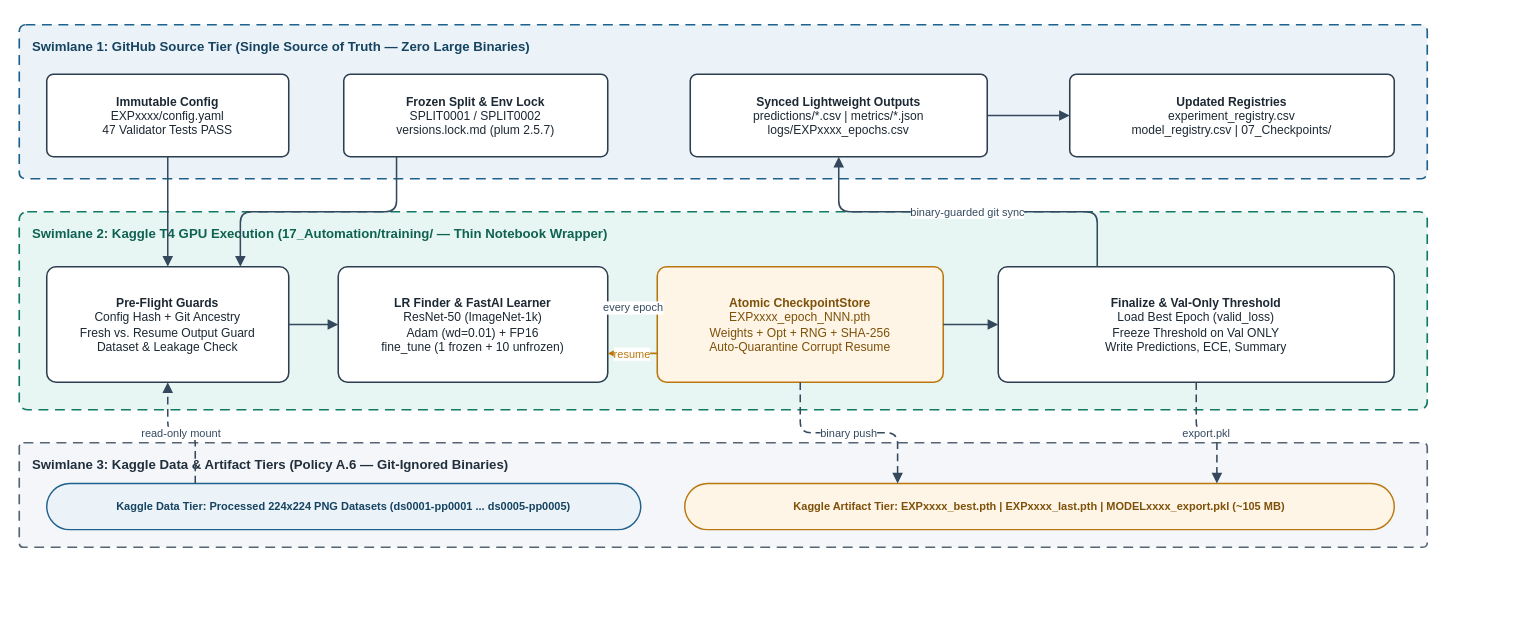
Before: 09_Figures/diagrams/FIG0030.drawio in isthisdeception/thesis, a draw.io diagram. Source tidied: cells renumbered, new cells numbered last; positions are measured from the earlier drawing's top-left corner, leaving out a move shared by most shapes. Both pictures are drawn from the tidied source at 110%, with x=0, y=0 at pixel (19, 24).
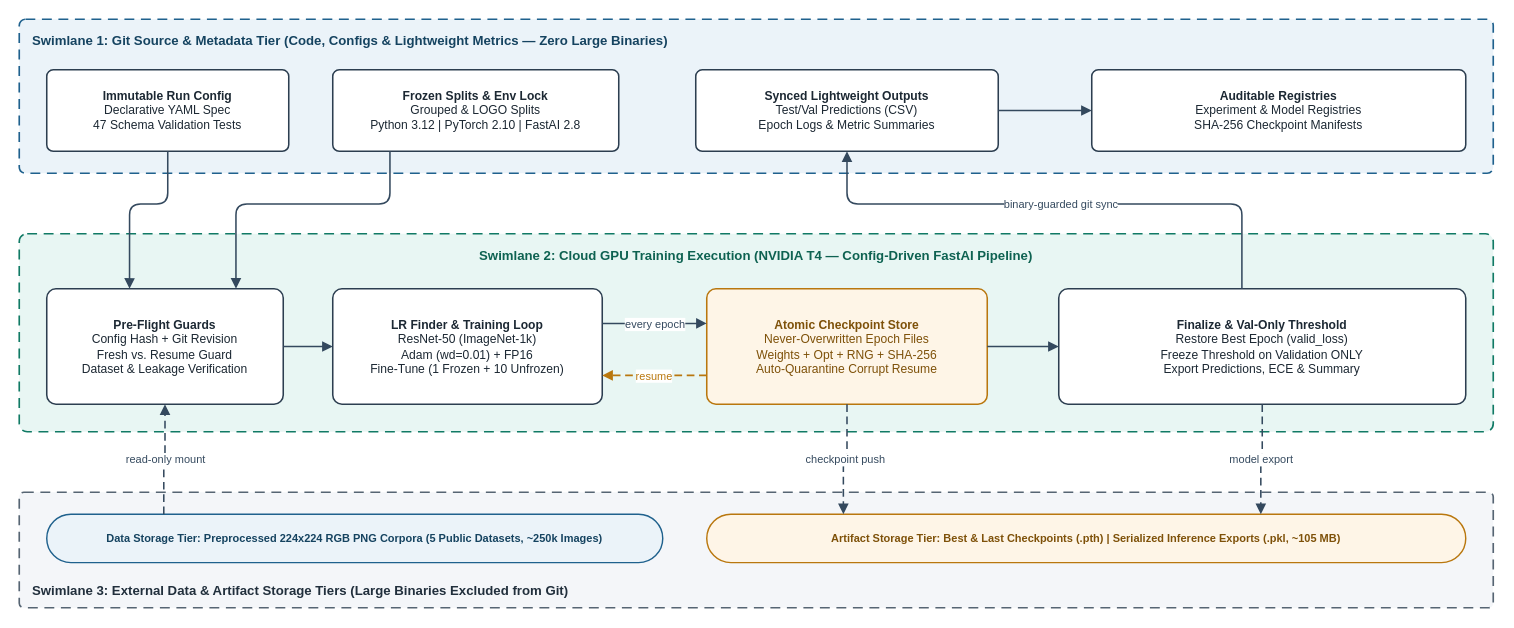
Above is the later version.

Change to the diagram source:
```diff
@@
-    <mxCell id="2" value="Swimlane 1: GitHub Source Tier (Single Source of Truth — Zero Large Binaries)" style="rounded=1;arcSize=4;whiteSpace=wrap;html=1;align=left;verticalAlign=top;spacingTop=6;spacingLeft=10;fontFamily=Helvetica;fontSize=12;fontStyle=1;fillColor=#EBF3F9;strokeColor=#1F618D;fontColor=#154360;strokeWidth=1.5;dashed=1;dashPattern=6 4;" parent="1" vertex="1">
-      <mxGeometry width="1280" height="140" as="geometry" />
+    <mxCell id="2" value="Swimlane 1: Git Source &amp; Metadata Tier (Code, Configs &amp; Lightweight Metrics — Zero Large Binaries)" style="rounded=1;arcSize=4;whiteSpace=wrap;html=1;align=left;verticalAlign=top;spacingTop=6;spacingLeft=10;fontFamily=Helvetica;fontSize=12;fontStyle=1;fillColor=#EBF3F9;strokeColor=#1F618D;fontColor=#154360;strokeWidth=1.5;dashed=1;dashPattern=6 4;" parent="1" vertex="1">
+      <mxGeometry y="-5" width="1340" height="140" as="geometry" />
     </mxCell>
-    <mxCell id="3" value="&lt;b&gt;Immutable Config&lt;/b&gt;&lt;br/&gt;EXPxxxx/config.yaml&lt;br/&gt;47 Validator Tests PASS" style="rounded=1;arcSize=8;whiteSpace=wrap;html=1;align=center;verticalAlign=middle;spacing=6;fontFamily=Helvetica;fontSize=11;fontStyle=0;fillColor=#FFFFFF;strokeColor=#2C3E50;fontColor=#1C2833;strokeWidth=1.4;" parent="1" vertex="1">
-      <mxGeometry x="25" y="45" width="220" height="75" as="geometry" />
+    <mxCell id="3" value="&lt;b&gt;Immutable Run Config&lt;/b&gt;&lt;br/&gt;Declarative YAML Spec&lt;br/&gt;47 Schema Validation Tests" style="rounded=1;arcSize=8;whiteSpace=wrap;html=1;align=center;verticalAlign=middle;spacing=6;fontFamily=Helvetica;fontSize=11;fontStyle=0;fillColor=#FFFFFF;strokeColor=#2C3E50;fontColor=#1C2833;strokeWidth=1.4;" parent="1" vertex="1">
+      <mxGeometry x="25" y="41" width="220" height="74" as="geometry" />
     </mxCell>
-    <mxCell id="4" value="&lt;b&gt;Frozen Split &amp;amp; Env Lock&lt;/b&gt;&lt;br/&gt;SPLIT0001 / SPLIT0002&lt;br/&gt;versions.lock.md (plum 2.5.7)" style="rounded=1;arcSize=8;whiteSpace=wrap;html=1;align=center;verticalAlign=middle;spacing=6;fontFamily=Helvetica;fontSize=11;fontStyle=0;fillColor=#FFFFFF;strokeColor=#2C3E50;fontColor=#1C2833;strokeWidth=1.4;" parent="1" vertex="1">
-      <mxGeometry x="295" y="45" width="240" height="75" as="geometry" />
+    <mxCell id="4" value="&lt;b&gt;Frozen Splits &amp;amp; Env Lock&lt;/b&gt;&lt;br/&gt;Grouped &amp;amp; LOGO Splits&lt;br/&gt;Python 3.12 | PyTorch 2.10 | FastAI 2.8" style="rounded=1;arcSize=8;whiteSpace=wrap;html=1;align=center;verticalAlign=middle;spacing=6;fontFamily=Helvetica;fontSize=11;fontStyle=0;fillColor=#FFFFFF;strokeColor=#2C3E50;fontColor=#1C2833;strokeWidth=1.4;" parent="1" vertex="1">
+      <mxGeometry x="285" y="41" width="260" height="74" as="geometry" />
     </mxCell>
-    <mxCell id="5" value="&lt;b&gt;Synced Lightweight Outputs&lt;/b&gt;&lt;br/&gt;predictions/*.csv | metrics/*.json&lt;br/&gt;logs/EXPxxxx_epochs.csv" style="rounded=1;arcSize=8;whiteSpace=wrap;html=1;align=center;verticalAlign=middle;spacing=6;fontFamily=Helvetica;fontSize=11;fontStyle=0;fillColor=#FFFFFF;strokeColor=#2C3E50;fontColor=#1C2833;strokeWidth=1.4;" parent="1" vertex="1">
-      <mxGeometry x="610" y="45" width="270" height="75" as="geometry" />
+    <mxCell id="5" value="&lt;b&gt;Synced Lightweight Outputs&lt;/b&gt;&lt;br/&gt;Test/Val Predictions (CSV)&lt;br/&gt;Epoch Logs &amp;amp; Metric Summaries" style="rounded=1;arcSize=8;whiteSpace=wrap;html=1;align=center;verticalAlign=middle;spacing=6;fontFamily=Helvetica;fontSize=11;fontStyle=0;fillColor=#FFFFFF;strokeColor=#2C3E50;fontColor=#1C2833;strokeWidth=1.4;" parent="1" vertex="1">
+      <mxGeometry x="615" y="41" width="275" height="74" as="geometry" />
     </mxCell>
-    <mxCell id="6" value="&lt;b&gt;Updated Registries&lt;/b&gt;&lt;br/&gt;experiment_registry.csv&lt;br/&gt;model_registry.csv | 07_Checkpoints/" style="rounded=1;arcSize=8;whiteSpace=wrap;html=1;align=center;verticalAlign=middle;spacing=6;fontFamily=Helvetica;fontSize=11;fontStyle=0;fillColor=#FFFFFF;strokeColor=#2C3E50;fontColor=#1C2833;strokeWidth=1.4;" parent="1" vertex="1">
-      <mxGeometry x="955" y="45" width="295" height="75" as="geometry" />
+    <mxCell id="6" value="&lt;b&gt;Auditable Registries&lt;/b&gt;&lt;br/&gt;Experiment &amp;amp; Model Registries&lt;br/&gt;SHA-256 Checkpoint Manifests" style="rounded=1;arcSize=8;whiteSpace=wrap;html=1;align=center;verticalAlign=middle;spacing=6;fontFamily=Helvetica;fontSize=11;fontStyle=0;fillColor=#FFFFFF;strokeColor=#2C3E50;fontColor=#1C2833;strokeWidth=1.4;" parent="1" vertex="1">
+      <mxGeometry x="975" y="41" width="340" height="74" as="geometry" />
     </mxCell>
-    <mxCell id="7" value="Swimlane 2: Kaggle T4 GPU Execution (17_Automation/training/ — Thin Notebook Wrapper)" style="rounded=1;arcSize=4;whiteSpace=wrap;html=1;align=left;verticalAlign=top;spacingTop=6;spacingLeft=10;fontFamily=Helvetica;fontSize=12;fontStyle=1;fillColor=#E8F6F3;strokeColor=#117A65;fontColor=#0E6251;strokeWidth=1.5;dashed=1;dashPattern=6 4;" parent="1" vertex="1">
-      <mxGeometry y="170" width="1280" height="180" as="geometry" />
+    <mxCell id="7" value="Swimlane 2: Cloud GPU Training Execution (NVIDIA T4 — Config-Driven FastAI Pipeline)" style="rounded=1;arcSize=4;whiteSpace=wrap;html=1;align=center;verticalAlign=top;spacingTop=6;fontFamily=Helvetica;fontSize=12;fontStyle=1;fillColor=#E8F6F3;strokeColor=#117A65;fontColor=#0E6251;strokeWidth=1.5;dashed=1;dashPattern=6 4;" parent="1" vertex="1">
+      <mxGeometry y="190" width="1340" height="180" as="geometry" />
     </mxCell>
-    <mxCell id="8" value="&lt;b&gt;Pre-Flight Guards&lt;/b&gt;&lt;br/&gt;Config Hash + Git Ancestry&lt;br/&gt;Fresh vs. Resume Output Guard&lt;br/&gt;Dataset &amp;amp; Leakage Check" style="rounded=1;arcSize=8;whiteSpace=wrap;html=1;align=center;verticalAlign=middle;spacing=6;fontFamily=Helvetica;fontSize=11;fontStyle=0;fillColor=#FFFFFF;strokeColor=#2C3E50;fontColor=#1C2833;strokeWidth=1.4;" parent="1" vertex="1">
-      <mxGeometry x="25" y="220" width="220" height="105" as="geometry" />
+    <mxCell id="8" value="&lt;b&gt;Pre-Flight Guards&lt;/b&gt;&lt;br/&gt;Config Hash + Git Revision&lt;br/&gt;Fresh vs. Resume Guard&lt;br/&gt;Dataset &amp;amp; Leakage Verification" style="rounded=1;arcSize=8;whiteSpace=wrap;html=1;align=center;verticalAlign=middle;spacing=6;fontFamily=Helvetica;fontSize=11;fontStyle=0;fillColor=#FFFFFF;strokeColor=#2C3E50;fontColor=#1C2833;strokeWidth=1.4;" parent="1" vertex="1">
+      <mxGeometry x="25" y="240" width="215" height="105" as="geometry" />
     </mxCell>
-    <mxCell id="9" value="&lt;b&gt;LR Finder &amp;amp; FastAI Learner&lt;/b&gt;&lt;br/&gt;ResNet-50 (ImageNet-1k)&lt;br/&gt;Adam (wd=0.01) + FP16&lt;br/&gt;fine_tune (1 frozen + 10 unfrozen)" style="rounded=1;arcSize=8;whiteSpace=wrap;html=1;align=center;verticalAlign=middle;spacing=6;fontFamily=Helvetica;fontSize=11;fontStyle=0;fillColor=#FFFFFF;strokeColor=#2C3E50;fontColor=#1C2833;strokeWidth=1.4;" parent="1" vertex="1">
-      <mxGeometry x="290" y="220" width="245" height="105" as="geometry" />
+    <mxCell id="9" value="&lt;b&gt;LR Finder &amp;amp; Training Loop&lt;/b&gt;&lt;br/&gt;ResNet-50 (ImageNet-1k)&lt;br/&gt;Adam (wd=0.01) + FP16&lt;br/&gt;Fine-Tune (1 Frozen + 10 Unfrozen)" style="rounded=1;arcSize=8;whiteSpace=wrap;html=1;align=center;verticalAlign=middle;spacing=6;fontFamily=Helvetica;fontSize=11;fontStyle=0;fillColor=#FFFFFF;strokeColor=#2C3E50;fontColor=#1C2833;strokeWidth=1.4;" parent="1" vertex="1">
+      <mxGeometry x="285" y="240" width="245" height="105" as="geometry" />
     </mxCell>
-    <mxCell id="10" value="&lt;b&gt;Atomic CheckpointStore&lt;/b&gt;&lt;br/&gt;EXPxxxx_epoch_NNN.pth&lt;br/&gt;Weights + Opt + RNG + SHA-256&lt;br/&gt;Auto-Quarantine Corrupt Resume" style="rounded=1;arcSize=8;whiteSpace=wrap;html=1;align=center;verticalAlign=middle;spacing=6;fontFamily=Helvetica;fontSize=11;fontStyle=0;fillColor=#FEF5E7;strokeColor=#B9770E;fontColor=#7E5109;strokeWidth=1.4;" parent="1" vertex="1">
-      <mxGeometry x="580" y="220" width="260" height="105" as="geometry" />
+    <mxCell id="10" value="&lt;b&gt;Atomic Checkpoint Store&lt;/b&gt;&lt;br/&gt;Never-Overwritten Epoch Files&lt;br/&gt;Weights + Opt + RNG + SHA-256&lt;br/&gt;Auto-Quarantine Corrupt Resume" style="rounded=1;arcSize=8;whiteSpace=wrap;html=1;align=center;verticalAlign=middle;spacing=6;fontFamily=Helvetica;fontSize=11;fontStyle=0;fillColor=#FEF5E7;strokeColor=#B9770E;fontColor=#7E5109;strokeWidth=1.4;" parent="1" vertex="1">
+      <mxGeometry x="625" y="240" width="255" height="105" as="geometry" />
     </mxCell>
-    <mxCell id="11" value="&lt;b&gt;Finalize &amp;amp; Val-Only Threshold&lt;/b&gt;&lt;br/&gt;Load Best Epoch (valid_loss)&lt;br/&gt;Freeze Threshold on Val ONLY&lt;br/&gt;Write Predictions, ECE, Summary" style="rounded=1;arcSize=8;whiteSpace=wrap;html=1;align=center;verticalAlign=middle;spacing=6;fontFamily=Helvetica;fontSize=11;fontStyle=0;fillColor=#FFFFFF;strokeColor=#2C3E50;fontColor=#1C2833;strokeWidth=1.4;" parent="1" vertex="1">
-      <mxGeometry x="890" y="220" width="360" height="105" as="geometry" />
+    <mxCell id="11" value="&lt;b&gt;Finalize &amp;amp; Val-Only Threshold&lt;/b&gt;&lt;br/&gt;Restore Best Epoch (valid_loss)&lt;br/&gt;Freeze Threshold on Validation ONLY&lt;br/&gt;Export Predictions, ECE &amp;amp; Summary" style="rounded=1;arcSize=8;whiteSpace=wrap;html=1;align=center;verticalAlign=middle;spacing=6;fontFamily=Helvetica;fontSize=11;fontStyle=0;fillColor=#FFFFFF;strokeColor=#2C3E50;fontColor=#1C2833;strokeWidth=1.4;" parent="1" vertex="1">
+      <mxGeometry x="945" y="240" width="370" height="105" as="geometry" />
     </mxCell>
-    <mxCell id="12" value="Swimlane 3: Kaggle Data &amp;amp; Artifact Tiers (Policy A.6 — Git-Ignored Binaries)" style="rounded=1;arcSize=4;whiteSpace=wrap;html=1;align=left;verticalAlign=top;spacingTop=6;spacingLeft=10;fontFamily=Helvetica;fontSize=12;fontStyle=1;fillColor=#F4F6F9;strokeColor=#566573;fontColor=#212F3C;strokeWidth=1.5;dashed=1;dashPattern=6 4;" parent="1" vertex="1">
-      <mxGeometry y="380" width="1280" height="95" as="geometry" />
+    <mxCell id="12" value="Swimlane 3: External Data &amp; Artifact Storage Tiers (Large Binaries Excluded from Git)" style="rounded=1;arcSize=4;whiteSpace=wrap;html=1;align=left;verticalAlign=bottom;spacingBottom=6;spacingLeft=10;fontFamily=Helvetica;fontSize=12;fontStyle=1;fillColor=#F4F6F9;strokeColor=#566573;fontColor=#212F3C;strokeWidth=1.5;dashed=1;dashPattern=6 4;" parent="1" vertex="1">
+      <mxGeometry y="425" width="1340" height="105" as="geometry" />
     </mxCell>
-    <mxCell id="13" value="Kaggle Data Tier: Processed 224x224 PNG Datasets (ds0001-pp0001 ... ds0005-pp0005)" style="rounded=1;arcSize=50;whiteSpace=wrap;html=1;align=center;verticalAlign=middle;fontFamily=Helvetica;fontSize=10;fontStyle=1;fillColor=#EBF3F9;strokeColor=#1F618D;fontColor=#154360;strokeWidth=1.3;" parent="1" vertex="1">
-      <mxGeometry x="25" y="417" width="540" height="42" as="geometry" />
+    <mxCell id="13" value="Data Storage Tier: Preprocessed 224x224 RGB PNG Corpora (5 Public Datasets, ~250k Images)" style="rounded=1;arcSize=50;whiteSpace=wrap;html=1;align=center;verticalAlign=middle;fontFamily=Helvetica;fontSize=10;fontStyle=1;fillColor=#EBF3F9;strokeColor=#1F618D;fontColor=#154360;strokeWidth=1.3;" parent="1" vertex="1">
+      <mxGeometry x="25" y="445" width="560" height="44" as="geometry" />
     </mxCell>
-    <mxCell id="14" value="Kaggle Artifact Tier: EXPxxxx_best.pth | EXPxxxx_last.pth | MODELxxxx_export.pkl (~105 MB)" style="rounded=1;arcSize=50;whiteSpace=wrap;html=1;align=center;verticalAlign=middle;fontFamily=Helvetica;fontSize=10;fontStyle=1;fillColor=#FEF5E7;strokeColor=#B9770E;fontColor=#7E5109;strokeWidth=1.3;" parent="1" vertex="1">
-      <mxGeometry x="605" y="417" width="645" height="42" as="geometry" />
+    <mxCell id="14" value="Artifact Storage Tier: Best &amp;amp; Last Checkpoints (.pth) | Serialized Inference Exports (.pkl, ~105 MB)" style="rounded=1;arcSize=50;whiteSpace=wrap;html=1;align=center;verticalAlign=middle;fontFamily=Helvetica;fontSize=10;fontStyle=1;fillColor=#FEF5E7;strokeColor=#B9770E;fontColor=#7E5109;strokeWidth=1.3;" parent="1" vertex="1">
+      <mxGeometry x="625" y="445" width="690" height="44" as="geometry" />
     </mxCell>
-    <mxCell id="15" style="edgeStyle=orthogonalEdgeStyle;rounded=1;jettySize=auto;html=1;fontFamily=Helvetica;fontSize=10;fontColor=#34495E;strokeColor=#34495E;strokeWidth=1.4;endArrow=block;endFill=1;exitX=0.5;exitY=1;exitDx=0;exitDy=0;entryX=0.5;entryY=0;entryDx=0;entryDy=0;" parent="1" edge="1" source="3" target="8">
-      <mxGeometry relative="1" as="geometry" />
+    <mxCell id="15" style="edgeStyle=orthogonalEdgeStyle;rounded=1;jettySize=auto;html=1;fontFamily=Helvetica;fontSize=10;fontColor=#34495E;strokeColor=#34495E;strokeWidth=1.4;endArrow=block;endFill=1;exitX=0.5;exitY=1;exitDx=0;exitDy=0;entryX=0.35;entryY=0;entryDx=0;entryDy=0;" parent="1" edge="1" source="3" target="8">
+      <mxGeometry relative="1" as="geometry">
+        <Array as="points">
+          <mxPoint x="135" y="163" />
+          <mxPoint x="100" y="163" />
+        </Array>
+      </mxGeometry>
     </mxCell>
     <mxCell id="16" style="edgeStyle=orthogonalEdgeStyle;rounded=1;jettySize=auto;html=1;fontFamily=Helvetica;fontSize=10;fontColor=#34495E;strokeColor=#34495E;strokeWidth=1.4;endArrow=block;endFill=1;exitX=0.2;exitY=1;exitDx=0;exitDy=0;entryX=0.8;entryY=0;entryDx=0;entryDy=0;" parent="1" edge="1" source="4" target="8">
-      <mxGeometry relative="1" as="geometry" />
+      <mxGeometry relative="1" as="geometry">
+        <Array as="points">
+          <mxPoint x="337" y="163" />
+          <mxPoint x="197" y="163" />
+        </Array>
+      </mxGeometry>
     </mxCell>
-    <mxCell id="17" value="read-only mount" style="edgeStyle=orthogonalEdgeStyle;rounded=1;jettySize=auto;html=1;fontFamily=Helvetica;fontSize=10;fontColor=#34495E;strokeColor=#34495E;strokeWidth=1.4;endArrow=block;endFill=1;dashed=1;dashPattern=5 3;exitX=0.25;exitY=0;exitDx=0;exitDy=0;entryX=0.5;entryY=1;entryDx=0;entryDy=0;" parent="1" edge="1" source="13" target="8">
+    <mxCell id="17" value="read-only mount" style="edgeStyle=orthogonalEdgeStyle;rounded=1;jettySize=auto;html=1;fontFamily=Helvetica;fontSize=10;fontColor=#34495E;strokeColor=#34495E;strokeWidth=1.4;labelBackgroundColor=#FFFFFF;labelBorderColor=none;endArrow=block;endFill=1;dashed=1;dashPattern=5 3;exitX=0.19;exitY=0;exitDx=0;exitDy=0;entryX=0.5;entryY=1;entryDx=0;entryDy=0;" parent="1" edge="1" source="13" target="8">
       <mxGeometry relative="1" as="geometry" />
     </mxCell>
@@
-    <mxCell id="19" value="every epoch" style="edgeStyle=orthogonalEdgeStyle;rounded=1;jettySize=auto;html=1;fontFamily=Helvetica;fontSize=10;fontColor=#34495E;strokeColor=#34495E;strokeWidth=1.4;endArrow=block;endFill=1;exitX=1;exitY=0.35;exitDx=0;exitDy=0;entryX=0;entryY=0.35;entryDx=0;entryDy=0;" parent="1" edge="1" source="9" target="10">
+    <mxCell id="19" value="every epoch" style="edgeStyle=orthogonalEdgeStyle;rounded=1;jettySize=auto;html=1;fontFamily=Helvetica;fontSize=10;fontColor=#34495E;strokeColor=#34495E;strokeWidth=1.4;labelBackgroundColor=#FFFFFF;labelBorderColor=none;endArrow=block;endFill=1;exitX=1;exitY=0.3;exitDx=0;exitDy=0;entryX=0;entryY=0.3;entryDx=0;entryDy=0;" parent="1" edge="1" source="9" target="10">
       <mxGeometry relative="1" as="geometry" />
     </mxCell>
-    <mxCell id="20" value="resume" style="edgeStyle=orthogonalEdgeStyle;rounded=1;jettySize=auto;html=1;fontFamily=Helvetica;fontSize=10;fontColor=#B9770E;strokeColor=#B9770E;strokeWidth=1.4;endArrow=block;endFill=1;dashed=1;dashPattern=5 3;exitX=0;exitY=0.75;exitDx=0;exitDy=0;entryX=1;entryY=0.75;entryDx=0;entryDy=0;" parent="1" edge="1" source="10" target="9">
+    <mxCell id="20" value="resume" style="edgeStyle=orthogonalEdgeStyle;rounded=1;jettySize=auto;html=1;fontFamily=Helvetica;fontSize=10;fontColor=#B9770E;strokeColor=#B9770E;strokeWidth=1.4;labelBackgroundColor=#FFFFFF;labelBorderColor=none;endArrow=block;endFill=1;dashed=1;dashPattern=5 3;exitX=0;exitY=0.75;exitDx=0;exitDy=0;entryX=1;entryY=0.75;entryDx=0;entryDy=0;" parent="1" edge="1" source="10" target="9">
       <mxGeometry relative="1" as="geometry" />
     </mxCell>
@@
-    <mxCell id="22" value="binary push" style="edgeStyle=orthogonalEdgeStyle;rounded=1;jettySize=auto;html=1;fontFamily=Helvetica;fontSize=10;fontColor=#34495E;strokeColor=#34495E;strokeWidth=1.4;endArrow=block;endFill=1;dashed=1;dashPattern=5 3;exitX=0.5;exitY=1;exitDx=0;exitDy=0;entryX=0.3;entryY=0;entryDx=0;entryDy=0;" parent="1" edge="1" source="10" target="14">
+    <mxCell id="22" value="checkpoint push" style="edgeStyle=orthogonalEdgeStyle;rounded=1;jettySize=auto;html=1;fontFamily=Helvetica;fontSize=10;fontColor=#34495E;strokeColor=#34495E;strokeWidth=1.4;labelBackgroundColor=#FFFFFF;labelBorderColor=none;endArrow=block;endFill=1;dashed=1;dashPattern=5 3;exitX=0.5;exitY=1;exitDx=0;exitDy=0;entryX=0.18;entryY=0;entryDx=0;entryDy=0;" parent="1" edge="1" source="10" target="14">
       <mxGeometry relative="1" as="geometry" />
     </mxCell>
-    <mxCell id="23" value="export.pkl" style="edgeStyle=orthogonalEdgeStyle;rounded=1;jettySize=auto;html=1;fontFamily=Helvetica;fontSize=10;fontColor=#34495E;strokeColor=#34495E;strokeWidth=1.4;endArrow=block;endFill=1;dashed=1;dashPattern=5 3;exitX=0.5;exitY=1;exitDx=0;exitDy=0;entryX=0.75;entryY=0;entryDx=0;entryDy=0;" parent="1" edge="1" source="11" target="14">
+    <mxCell id="23" value="model export" style="edgeStyle=orthogonalEdgeStyle;rounded=1;jettySize=auto;html=1;fontFamily=Helvetica;fontSize=10;fontColor=#34495E;strokeColor=#34495E;strokeWidth=1.4;labelBackgroundColor=#FFFFFF;labelBorderColor=none;endArrow=block;endFill=1;dashed=1;dashPattern=5 3;exitX=0.5;exitY=1;exitDx=0;exitDy=0;entryX=0.73;entryY=0;entryDx=0;entryDy=0;" parent="1" edge="1" source="11" target="14">
       <mxGeometry relative="1" as="geometry" />
     </mxCell>
-    <mxCell id="24" value="binary-guarded git sync" style="edgeStyle=orthogonalEdgeStyle;rounded=1;jettySize=auto;html=1;fontFamily=Helvetica;fontSize=10;fontColor=#34495E;strokeColor=#34495E;strokeWidth=1.4;endArrow=block;endFill=1;exitX=0.25;exitY=0;exitDx=0;exitDy=0;entryX=0.5;entryY=1;entryDx=0;entryDy=0;" parent="1" edge="1" source="11" target="5">
-      <mxGeometry relative="1" as="geometry" />
+    <mxCell id="24" value="binary-guarded git sync" style="edgeStyle=orthogonalEdgeStyle;rounded=1;jettySize=auto;html=1;fontFamily=Helvetica;fontSize=10;fontColor=#34495E;strokeColor=#34495E;strokeWidth=1.4;labelBackgroundColor=#FFFFFF;labelBorderColor=none;endArrow=block;endFill=1;exitX=0.45;exitY=0;exitDx=0;exitDy=0;entryX=0.5;entryY=1;entryDx=0;entryDy=0;" parent="1" edge="1" source="11" target="5">
+      <mxGeometry relative="1" as="geometry">
+        <Array as="points">
+          <mxPoint x="1111" y="163" />
+          <mxPoint x="752" y="163" />
+        </Array>
+      </mxGeometry>
     </mxCell>
```
